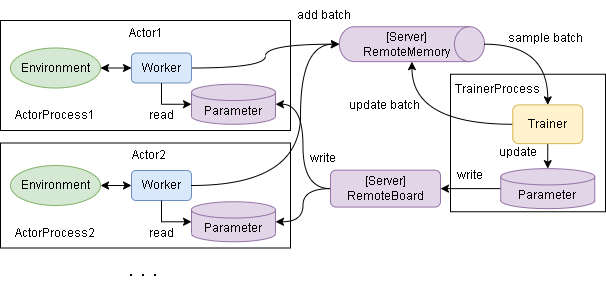
pocokhc/simple_distributed_rl keeps this draw.io diagram as diagrams/overview-distributed.drawio.png. Above is the earlier version. Source tidied: cells renumbered, new cells last; positions are measured from the earlier drawing's top-left corner, leaving out a move shared by most shapes.
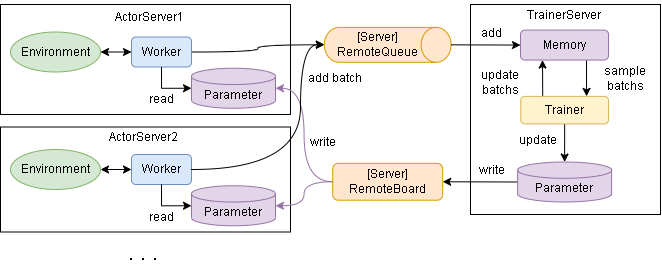
The same diagram one commit later.

The edit, as a diff of the source:
```diff
@@ -3,7 +3,7 @@
     <mxCell id="0" />
     <mxCell id="1" parent="0" />
     <mxCell id="2" style="rounded=0;whiteSpace=wrap;html=1;" parent="1" vertex="1">
-      <mxGeometry x="450" y="102.8" width="155" height="137.5" as="geometry" />
+      <mxGeometry x="470" y="49" width="190" height="210" as="geometry" />
     </mxCell>
     <mxCell id="3" style="rounded=0;whiteSpace=wrap;html=1;" parent="1" vertex="1">
       <mxGeometry y="49" width="290" height="110" as="geometry" />
@@ -17,11 +17,11 @@
     <mxCell id="6" style="rounded=0;jettySize=auto;html=1;exitX=0.5;exitY=1;exitDx=0;exitDy=0;entryX=0.5;entryY=0;entryDx=0;entryDy=0;entryPerimeter=0;" parent="1" edge="1" source="8" target="19">
       <mxGeometry relative="1" as="geometry" />
     </mxCell>
-    <mxCell id="7" style="edgeStyle=orthogonalEdgeStyle;rounded=0;jettySize=auto;html=1;curved=1;" parent="1" edge="1" source="8" target="12">
+    <mxCell id="7" style="rounded=0;jettySize=auto;html=1;entryX=0.25;entryY=1;entryDx=0;entryDy=0;exitX=0.25;exitY=0;exitDx=0;exitDy=0;" parent="1" edge="1" source="8" target="43">
       <mxGeometry relative="1" as="geometry" />
     </mxCell>
     <mxCell id="8" value="Trainer" style="rounded=1;whiteSpace=wrap;html=1;fillColor=#fff2cc;strokeColor=#d6b656;" parent="1" vertex="1">
-      <mxGeometry x="512.2" y="133.4" width="70" height="38.8" as="geometry" />
+      <mxGeometry x="520.3" y="140.9" width="87.8" height="27.5" as="geometry" />
     </mxCell>
     <mxCell id="9" style="edgeStyle=orthogonalEdgeStyle;curved=1;rounded=0;jettySize=auto;html=1;exitX=1;exitY=0.5;exitDx=0;exitDy=0;entryX=0.5;entryY=1;entryDx=0;entryDy=0;entryPerimeter=0;" parent="1" edge="1" source="10" target="12">
       <mxGeometry relative="1" as="geometry" />
@@ -29,44 +29,34 @@
     <mxCell id="10" value="Worker" style="rounded=1;whiteSpace=wrap;html=1;fillColor=#dae8fc;strokeColor=#6c8ebf;" parent="1" vertex="1">
       <mxGeometry x="131" y="81.5" width="60" height="30" as="geometry" />
     </mxCell>
-    <mxCell id="11" style="group;" parent="1" vertex="1">
-      <mxGeometry x="360" y="49" width="105" height="135.1" as="geometry" />
-    </mxCell>
-    <mxCell id="12" style="shape=cylinder3;whiteSpace=wrap;html=1;boundedLbl=1;backgroundOutline=1;size=15;rotation=90;fillColor=#e1d5e7;strokeColor=#9673a6;" parent="11" vertex="1">
-      <mxGeometry x="34" y="-48.9" width="34.9" height="145.1" as="geometry" />
-    </mxCell>
-    <mxCell id="13" value="[Server]&lt;br&gt;RemoteMemory" style="text;html=1;strokeColor=none;fillColor=none;align=center;verticalAlign=middle;whiteSpace=wrap;rounded=0;" parent="11" vertex="1">
-      <mxGeometry x="23.1" y="-2.8" width="45.8" height="53.1" as="geometry" />
-    </mxCell>
-    <mxCell id="14" value="update batch" style="text;html=1;strokeColor=none;fillColor=none;align=center;verticalAlign=middle;whiteSpace=wrap;rounded=0;" parent="11" vertex="1">
-      <mxGeometry x="-21.1" y="70" width="90" height="30" as="geometry" />
-    </mxCell>
-    <mxCell id="15" style="edgeStyle=orthogonalEdgeStyle;curved=1;rounded=0;jettySize=auto;html=1;exitX=0.5;exitY=0;exitDx=0;exitDy=0;exitPerimeter=0;entryX=0.5;entryY=0;entryDx=0;entryDy=0;" parent="1" edge="1" source="12" target="8">
+    <mxCell id="15" style="rounded=0;jettySize=auto;html=1;exitX=0.75;exitY=1;exitDx=0;exitDy=0;entryX=0.75;entryY=0;entryDx=0;entryDy=0;" parent="1" edge="1" source="43" target="8">
       <mxGeometry relative="1" as="geometry" />
     </mxCell>
-    <mxCell id="16" value="sample batch" style="text;html=1;strokeColor=none;fillColor=none;align=center;verticalAlign=middle;whiteSpace=wrap;rounded=0;" parent="1" vertex="1">
-      <mxGeometry x="500.2" y="51.5" width="90" height="30" as="geometry" />
+    <mxCell id="16" value="sample&lt;br&gt;batchs" style="text;html=1;strokeColor=none;fillColor=none;align=center;verticalAlign=middle;whiteSpace=wrap;rounded=0;" parent="1" vertex="1">
+      <mxGeometry x="590" y="108.4" width="70" height="30" as="geometry" />
     </mxCell>
     <mxCell id="17" value="update" style="text;html=1;strokeColor=none;fillColor=none;align=center;verticalAlign=middle;whiteSpace=wrap;rounded=0;" parent="1" vertex="1">
-      <mxGeometry x="475" y="165.9" width="85" height="30" as="geometry" />
+      <mxGeometry x="495" y="169.9" width="85" height="30" as="geometry" />
     </mxCell>
-    <mxCell id="18" style="rounded=0;jettySize=auto;html=1;exitX=0;exitY=0.5;exitDx=0;exitDy=0;exitPerimeter=0;startArrow=none;startFill=0;entryX=1;entryY=0.5;entryDx=0;entryDy=0;" parent="1" edge="1" source="19" target="20">
-      <mxGeometry relative="1" as="geometry" />
+    <mxCell id="18" style="rounded=0;jettySize=auto;html=1;exitX=0;exitY=0.5;exitDx=0;exitDy=0;exitPerimeter=0;startArrow=none;startFill=0;entryX=1;entryY=0.5;entryDx=0;entryDy=0;" parent="1" edge="1" source="19">
+      <mxGeometry relative="1" as="geometry">
+        <mxPoint x="442.2" y="226.3" as="targetPoint" />
+      </mxGeometry>
     </mxCell>
     <mxCell id="19" value="Parameter" style="shape=cylinder3;whiteSpace=wrap;html=1;boundedLbl=1;backgroundOutline=1;size=8.142857142857167;fillColor=#e1d5e7;strokeColor=#9673a6;" parent="1" vertex="1">
-      <mxGeometry x="500.2" y="197.1" width="94" height="40" as="geometry" />
+      <mxGeometry x="517.1" y="206.5" width="94" height="40" as="geometry" />
     </mxCell>
-    <mxCell id="20" value="[Server]&lt;br&gt;RemoteBoard" style="rounded=1;whiteSpace=wrap;html=1;fillColor=#e1d5e7;strokeColor=#9673a6;" parent="1" vertex="1">
-      <mxGeometry x="330" y="198.7" width="110" height="36.9" as="geometry" />
+    <mxCell id="20" value="[Server]&lt;br&gt;RemoteBoard" style="rounded=1;whiteSpace=wrap;html=1;fillColor=#ffe6cc;strokeColor=#d79b00;" parent="1" vertex="1">
+      <mxGeometry x="332.2" y="207.8" width="110" height="36.9" as="geometry" />
     </mxCell>
     <mxCell id="21" value="write" style="text;html=1;strokeColor=none;fillColor=none;align=center;verticalAlign=middle;whiteSpace=wrap;rounded=0;" parent="1" vertex="1">
-      <mxGeometry x="427.2" y="189" width="85" height="30" as="geometry" />
+      <mxGeometry x="449.1" y="200.2" width="85" height="30" as="geometry" />
     </mxCell>
     <mxCell id="22" value="write" style="text;html=1;strokeColor=none;fillColor=none;align=center;verticalAlign=middle;whiteSpace=wrap;rounded=0;" parent="1" vertex="1">
       <mxGeometry x="280" y="172.1" width="85" height="30" as="geometry" />
     </mxCell>
-    <mxCell id="23" value="TrainerProcess&lt;br&gt;" style="text;html=1;strokeColor=none;fillColor=none;align=center;verticalAlign=middle;whiteSpace=wrap;rounded=0;" parent="1" vertex="1">
-      <mxGeometry x="467" y="103.4" width="60" height="30" as="geometry" />
+    <mxCell id="23" value="TrainerServer" style="text;html=1;strokeColor=none;fillColor=none;align=center;verticalAlign=middle;whiteSpace=wrap;rounded=0;" parent="1" vertex="1">
+      <mxGeometry x="534.1" y="44.6" width="60" height="30" as="geometry" />
     </mxCell>
     <mxCell id="24" style="edgeStyle=orthogonalEdgeStyle;rounded=0;jettySize=auto;html=1;exitX=0;exitY=0.5;exitDx=0;exitDy=0;exitPerimeter=0;entryX=0.5;entryY=1;entryDx=0;entryDy=0;startArrow=classic;startFill=1;endArrow=none;endFill=0;" parent="1" edge="1" source="25" target="10">
       <mxGeometry relative="1" as="geometry" />
@@ -87,10 +77,10 @@
       <mxGeometry x="131" y="199" width="60" height="30" as="geometry" />
     </mxCell>
     <mxCell id="30" value="add batch" style="text;html=1;strokeColor=none;fillColor=none;align=center;verticalAlign=middle;whiteSpace=wrap;rounded=0;" parent="1" vertex="1">
-      <mxGeometry x="294" y="29" width="60" height="30" as="geometry" />
+      <mxGeometry x="305" y="108.4" width="60" height="30" as="geometry" />
     </mxCell>
-    <mxCell id="31" value="ActorProcess2" style="text;html=1;strokeColor=none;fillColor=none;align=center;verticalAlign=middle;whiteSpace=wrap;rounded=0;" parent="1" vertex="1">
-      <mxGeometry x="25" y="246.5" width="60" height="30" as="geometry" />
+    <mxCell id="31" value="ActorServer2" style="text;html=1;strokeColor=none;fillColor=none;align=center;verticalAlign=middle;whiteSpace=wrap;rounded=0;" parent="1" vertex="1">
+      <mxGeometry x="112.5" y="167" width="60" height="30" as="geometry" />
     </mxCell>
     <mxCell id="32" style="edgeStyle=orthogonalEdgeStyle;rounded=0;jettySize=auto;html=1;exitX=0;exitY=0.5;exitDx=0;exitDy=0;exitPerimeter=0;entryX=0.5;entryY=1;entryDx=0;entryDy=0;startArrow=classic;startFill=1;endArrow=none;endFill=0;" parent="1" edge="1" source="33" target="29">
       <mxGeometry relative="1" as="geometry" />
@@ -98,22 +88,23 @@
     <mxCell id="33" value="Parameter" style="shape=cylinder3;whiteSpace=wrap;html=1;boundedLbl=1;backgroundOutline=1;size=8.142857142857167;fillColor=#e1d5e7;strokeColor=#9673a6;" parent="1" vertex="1">
       <mxGeometry x="191" y="230.2" width="84" height="40" as="geometry" />
     </mxCell>
-    <mxCell id="34" style="edgeStyle=orthogonalEdgeStyle;curved=1;rounded=0;jettySize=auto;html=1;exitX=0;exitY=0.5;exitDx=0;exitDy=0;entryX=1;entryY=0.5;entryDx=0;entryDy=0;entryPerimeter=0;" parent="1" edge="1" source="20" target="33">
+    <mxCell id="34" style="edgeStyle=orthogonalEdgeStyle;curved=1;rounded=0;jettySize=auto;html=1;exitX=0;exitY=0.5;exitDx=0;exitDy=0;entryX=1;entryY=0.5;entryDx=0;entryDy=0;entryPerimeter=0;fillColor=#e1d5e7;strokeColor=#9673a6;" parent="1" edge="1" source="20" target="33">
       <mxGeometry relative="1" as="geometry" />
     </mxCell>
-    <mxCell id="35" style="edgeStyle=orthogonalEdgeStyle;curved=1;rounded=0;jettySize=auto;html=1;exitX=0;exitY=0.5;exitDx=0;exitDy=0;entryX=1;entryY=0.5;entryDx=0;entryDy=0;entryPerimeter=0;" parent="1" edge="1" source="20" target="25">
+    <mxCell id="35" style="edgeStyle=orthogonalEdgeStyle;curved=1;rounded=0;jettySize=auto;html=1;exitX=0;exitY=0.5;exitDx=0;exitDy=0;entryX=1;entryY=0.5;entryDx=0;entryDy=0;entryPerimeter=0;fillColor=#e1d5e7;strokeColor=#9673a6;" parent="1" edge="1" source="20" target="25">
       <mxGeometry relative="1" as="geometry" />
     </mxCell>
     <mxCell id="36" style="edgeStyle=orthogonalEdgeStyle;curved=1;rounded=0;jettySize=auto;html=1;exitX=1;exitY=0.5;exitDx=0;exitDy=0;entryX=0.5;entryY=1;entryDx=0;entryDy=0;entryPerimeter=0;" parent="1" edge="1" source="29" target="12">
       <mxGeometry relative="1" as="geometry">
         <Array as="points">
           <mxPoint x="300" y="214" />
-          <mxPoint x="300" y="73" />
+          <mxPoint x="300" y="89" />
+          <mxPoint x="324" y="89" />
         </Array>
       </mxGeometry>
     </mxCell>
-    <mxCell id="37" value="ActorProcess1" style="text;html=1;strokeColor=none;fillColor=none;align=center;verticalAlign=middle;whiteSpace=wrap;rounded=0;" parent="1" vertex="1">
-      <mxGeometry x="25" y="129" width="60" height="30" as="geometry" />
+    <mxCell id="37" value="ActorServer1" style="text;html=1;strokeColor=none;fillColor=none;align=center;verticalAlign=middle;whiteSpace=wrap;rounded=0;" parent="1" vertex="1">
+      <mxGeometry x="118.5" y="46.5" width="60" height="30" as="geometry" />
     </mxCell>
     <mxCell id="38" value="read" style="text;html=1;strokeColor=none;fillColor=none;align=center;verticalAlign=middle;whiteSpace=wrap;rounded=0;" parent="1" vertex="1">
       <mxGeometry x="118.5" y="129" width="85" height="30" as="geometry" />
@@ -121,14 +112,26 @@
     <mxCell id="39" value="read" style="text;html=1;strokeColor=none;fillColor=none;align=center;verticalAlign=middle;whiteSpace=wrap;rounded=0;" parent="1" vertex="1">
       <mxGeometry x="118.5" y="246.5" width="85" height="30" as="geometry" />
     </mxCell>
-    <mxCell id="40" value="Actor2" style="text;html=1;strokeColor=none;fillColor=none;align=center;verticalAlign=middle;whiteSpace=wrap;rounded=0;" parent="1" vertex="1">
-      <mxGeometry x="106" y="169" width="85" height="30" as="geometry" />
-    </mxCell>
-    <mxCell id="41" value="Actor1" style="text;html=1;strokeColor=none;fillColor=none;align=center;verticalAlign=middle;whiteSpace=wrap;rounded=0;" parent="1" vertex="1">
-      <mxGeometry x="102.5" y="46.5" width="85" height="30" as="geometry" />
-    </mxCell>
     <mxCell id="42" value="・・・" style="text;html=1;strokeColor=none;fillColor=none;align=center;verticalAlign=middle;whiteSpace=wrap;rounded=0;fontStyle=0;" parent="1" vertex="1">
       <mxGeometry x="100" y="289" width="85" height="30" as="geometry" />
     </mxCell>
+    <mxCell id="12" style="shape=cylinder3;whiteSpace=wrap;html=1;boundedLbl=1;backgroundOutline=1;size=15;rotation=90;fillColor=#ffe6cc;strokeColor=#d79b00;" parent="1" vertex="1">
+      <mxGeometry x="369.7" y="25.9" width="34.9" height="126.8" as="geometry" />
+    </mxCell>
+    <mxCell id="13" value="[Server]&lt;br&gt;RemoteQueue" style="text;html=1;strokeColor=none;fillColor=none;align=center;verticalAlign=middle;whiteSpace=wrap;rounded=0;" parent="1" vertex="1">
+      <mxGeometry x="354" y="62.8" width="45.8" height="53.1" as="geometry" />
+    </mxCell>
+    <mxCell id="14" value="update&lt;br&gt;batchs" style="text;html=1;strokeColor=none;fillColor=none;align=center;verticalAlign=middle;whiteSpace=wrap;rounded=0;" parent="1" vertex="1">
+      <mxGeometry x="470" y="111.7" width="60" height="30" as="geometry" />
+    </mxCell>
+    <mxCell id="43" value="Memory" style="rounded=1;whiteSpace=wrap;html=1;fillColor=#e1d5e7;strokeColor=#9673a6;" parent="1" vertex="1">
+      <mxGeometry x="520" y="74.6" width="88" height="30" as="geometry" />
+    </mxCell>
+    <mxCell id="44" style="rounded=0;jettySize=auto;html=1;exitX=0.5;exitY=0;exitDx=0;exitDy=0;entryX=0;entryY=0.5;entryDx=0;entryDy=0;exitPerimeter=0;" parent="1" edge="1" source="12" target="43">
+      <mxGeometry relative="1" as="geometry" />
+    </mxCell>
+    <mxCell id="45" value="add" style="text;html=1;strokeColor=none;fillColor=none;align=center;verticalAlign=middle;whiteSpace=wrap;rounded=0;" parent="1" vertex="1">
+      <mxGeometry x="449.1" y="62.8" width="85" height="30" as="geometry" />
+    </mxCell>
   </root>
 </mxGraphModel>
```
